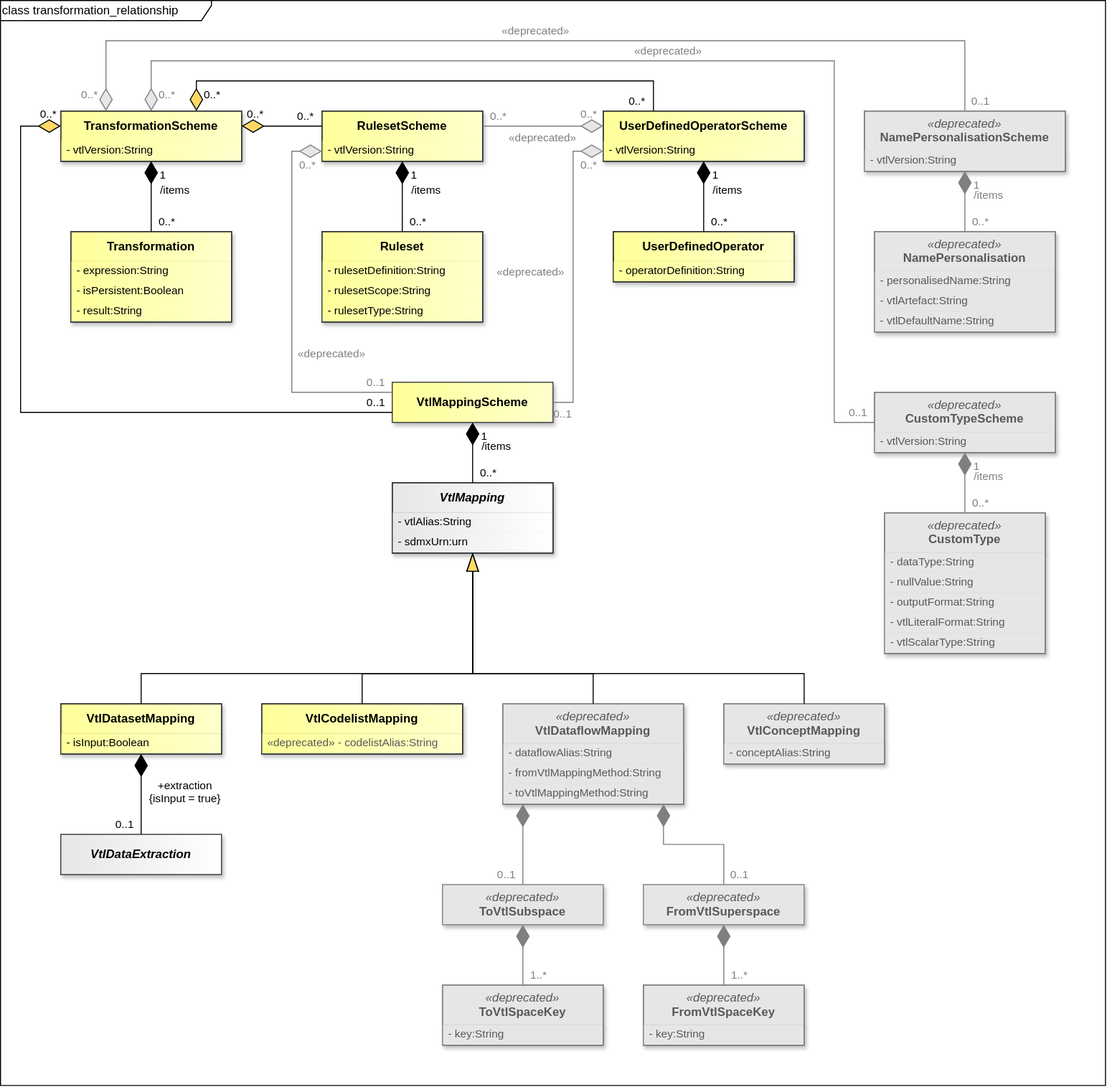
The draw.io diagram docs/information_model/media/sdmx_transformation-transformation-relationship.svg in sdmx-twg/sdmx-im, before a commit. Source tidied: cells renumbered, new cells last; positions are measured from the earlier drawing's top-left corner, leaving out a move shared by most shapes.
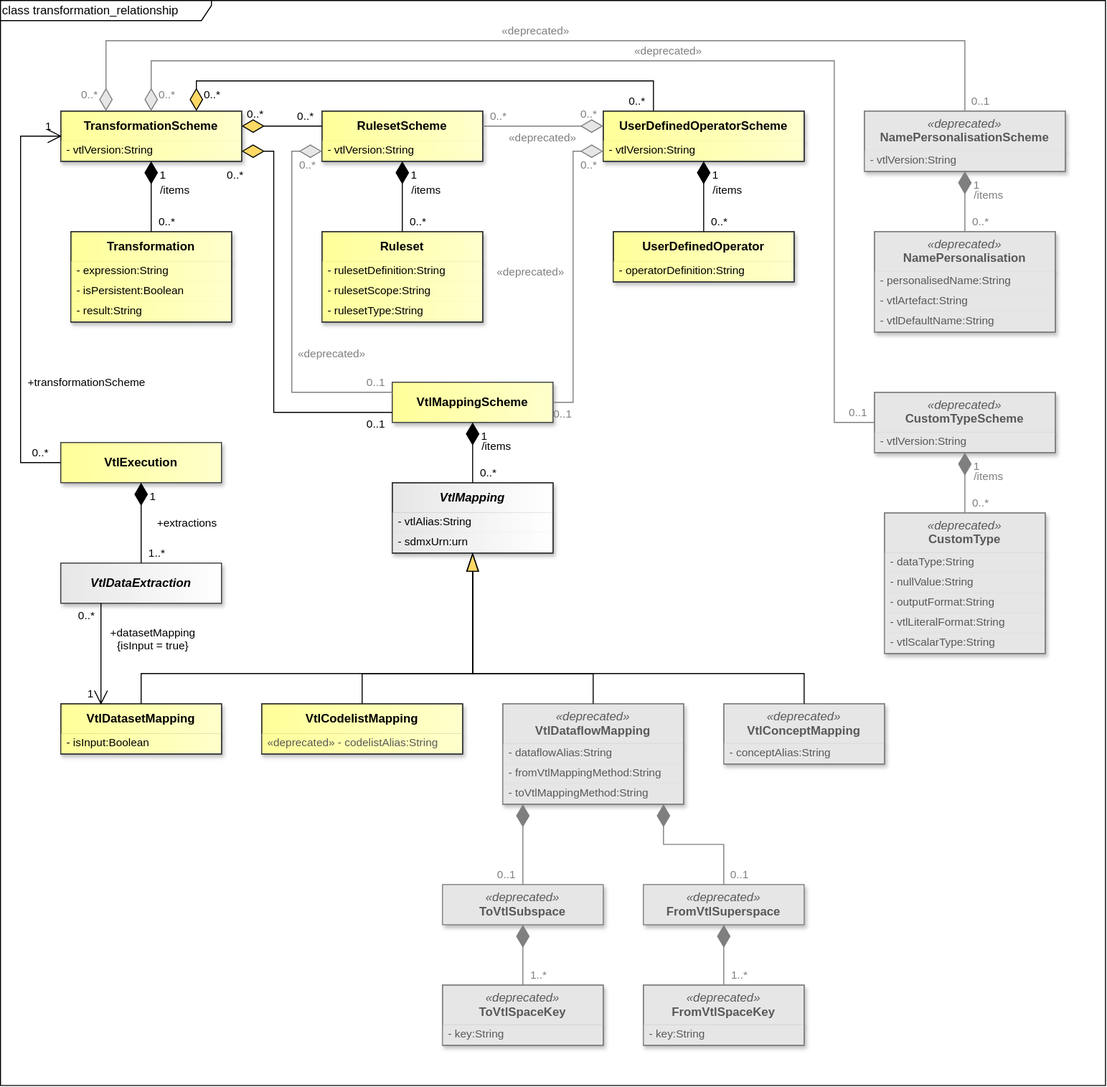
The same diagram one commit later.

What changed in the source:
```diff
@@ -182,8 +182,11 @@
     <mxCell id="61" style="rounded=0;whiteSpace=wrap;html=1;fillColor=none;strokeColor=#7F7F7F;" parent="1" vertex="1">
       <mxGeometry x="720" y="700" width="160" height="60" as="geometry" />
     </mxCell>
+    <mxCell id="139" value="VtlExecution" style="whiteSpace=wrap;html=1;verticalAlign=middle;imageVerticalAlign=top;fontStyle=1;fillColor=light-dark(#FFFF99,#FFFF99);strokeColor=#36393d;fontColor=light-dark(#000000,#000000);gradientColor=light-dark(#FFFFCC,#FFFFCC);gradientDirection=east;shadow=1;" parent="1" vertex="1">
+      <mxGeometry x="60" y="440" width="160" height="40" as="geometry" />
+    </mxCell>
     <mxCell id="62" value="VtlDataExtraction" style="whiteSpace=wrap;html=1;verticalAlign=middle;imageVerticalAlign=top;fontStyle=3;fillColor=light-dark(#E6E6E6,#E6E6E6);strokeColor=#36393d;fontColor=light-dark(#000000,#000000);gradientColor=light-dark(#FFFFFF,#FFFFFF);gradientDirection=east;shadow=1;" parent="1" vertex="1">
-      <mxGeometry x="60" y="830" width="160" height="40" as="geometry" />
+      <mxGeometry x="60" y="560" width="160" height="40" as="geometry" />
     </mxCell>
     <mxCell id="63" value="&lt;span style=&quot;font-weight: normal; font-style: italic;&quot;&gt;«deprecated»&lt;/span&gt;&lt;br&gt;ToVtlSubspace" style="whiteSpace=wrap;html=1;verticalAlign=middle;imageVerticalAlign=top;fontStyle=1;fillColor=light-dark(#E6E6E6,#E6E6E6);strokeColor=#7F7F7F;fontColor=#595959;gradientColor=none;shadow=1;" parent="1" vertex="1">
       <mxGeometry x="440" y="880" width="160" height="40" as="geometry" />
@@ -496,22 +499,22 @@
         <mxPoint x="-16" y="-10" as="offset" />
       </mxGeometry>
     </mxCell>
-    <mxCell id="129" style="endArrow=none;html=1;endSize=12;startArrow=diamondThin;startSize=20;startFill=1;rounded=0;endFill=0;strokeColor=light-dark(#000000,#FFFFFF);fontColor=light-dark(#000000,#FFFFFF);labelBackgroundColor=none;startFillColor=light-dark(#FFD966,#FFD966);exitX=0;exitY=0.3;exitDx=0;exitDy=0;entryX=0;entryY=0.75;entryDx=0;entryDy=0;" parent="1" edge="1" source="3" target="43">
+    <mxCell id="129" style="endArrow=none;html=1;endSize=12;startArrow=diamondThin;startSize=20;startFill=1;rounded=0;endFill=0;strokeColor=light-dark(#000000,#FFFFFF);fontColor=light-dark(#000000,#FFFFFF);labelBackgroundColor=none;startFillColor=light-dark(#FFD966,#FFD966);exitX=1;exitY=0.8;exitDx=0;exitDy=0;entryX=0;entryY=0.75;entryDx=0;entryDy=0;" parent="1" edge="1" source="3" target="43">
       <mxGeometry relative="1" as="geometry">
         <Array as="points">
-          <mxPoint x="20" y="125" />
-          <mxPoint x="20" y="410" />
+          <mxPoint x="272" y="150" />
+          <mxPoint x="272" y="410" />
         </Array>
       </mxGeometry>
     </mxCell>
     <mxCell id="130" value="0..*" style="edgeLabel;html=1;align=center;verticalAlign=middle;labelBackgroundColor=none;fontSize=11;fontColor=light-dark(#000000,#FFFFFF);" parent="129" vertex="1">
       <mxGeometry x="-1" relative="1" as="geometry">
-        <mxPoint x="-12" y="-12" as="offset" />
+        <mxPoint x="-6" y="24" as="offset" />
       </mxGeometry>
     </mxCell>
     <mxCell id="131" value="0..1" style="edgeLabel;html=1;align=center;verticalAlign=middle;labelBackgroundColor=none;fontSize=11;fontColor=light-dark(#000000,#FFFFFF);" parent="129" vertex="1">
       <mxGeometry x="1" relative="1" as="geometry">
-        <mxPoint x="-16" y="-10" as="offset" />
+        <mxPoint x="-16" y="12" as="offset" />
       </mxGeometry>
     </mxCell>
     <mxCell id="132" style="endArrow=blockThin;endSize=16;endFill=1;html=1;rounded=0;startFill=0;endFillColor=light-dark(#FFD966,#FFD966);strokeColor=light-dark(#000000,#FFFFFF);labelBackgroundColor=none;exitX=0.5;exitY=0;exitDx=0;exitDy=0;entryX=0.5;entryY=1;entryDx=0;entryDy=0;" parent="1" edge="1" source="48" target="44">
@@ -546,18 +549,64 @@
         </Array>
       </mxGeometry>
     </mxCell>
-    <mxCell id="136" style="endArrow=none;html=1;endSize=12;startArrow=diamondThin;startSize=20;startFill=1;rounded=0;endFill=0;strokeColor=light-dark(#000000,#FFFFFF);fontColor=light-dark(#000000,#FFFFFF);labelBackgroundColor=none;exitX=0.5;exitY=1;exitDx=0;exitDy=0;entryX=0.5;entryY=0;entryDx=0;entryDy=0;" parent="1" edge="1" source="48" target="62">
-      <mxGeometry relative="1" as="geometry" />
-    </mxCell>
-    <mxCell id="137" value="+extraction&lt;br&gt;{isInput = true}" style="edgeLabel;html=1;align=center;verticalAlign=middle;labelBackgroundColor=none;fontSize=11;fontColor=light-dark(#000000,#FFFFFF);" parent="136" vertex="1">
-      <mxGeometry relative="1" as="geometry">
-        <mxPoint x="44" y="-2" as="offset" />
-      </mxGeometry>
-    </mxCell>
-    <mxCell id="138" value="0..1" style="edgeLabel;html=1;align=center;verticalAlign=middle;labelBackgroundColor=none;fontSize=11;fontColor=light-dark(#000000,#FFFFFF);" parent="136" vertex="1">
-      <mxGeometry x="1" relative="1" as="geometry">
-        <mxPoint x="-16" y="-10" as="offset" />
-      </mxGeometry>
-    </mxCell>
+    <mxCell id="140" style="endArrow=open;html=1;endSize=12;startArrow=none;startSize=20;startFill=0;rounded=0;endFill=0;strokeColor=light-dark(#000000,#FFFFFF);fontColor=light-dark(#000000,#FFFFFF);labelBackgroundColor=none;exitX=0;exitY=0.5;exitDx=0;exitDy=0;entryX=0;entryY=0.5;entryDx=0;entryDy=0;" parent="1" edge="1" source="139" target="3">
+      <mxGeometry relative="1" as="geometry">
+        <Array as="points">
+          <mxPoint x="20" y="460" />
+          <mxPoint x="20" y="135" />
+        </Array>
+      </mxGeometry>
+    </mxCell>
+    <mxCell id="141" value="0..*" style="edgeLabel;html=1;align=center;verticalAlign=middle;labelBackgroundColor=none;fontSize=11;fontColor=light-dark(#000000,#FFFFFF);" parent="140" vertex="1">
+      <mxGeometry x="-1" relative="1" as="geometry">
+        <mxPoint x="-20" y="-10" as="offset" />
+      </mxGeometry>
+    </mxCell>
+    <mxCell id="142" value="1" style="edgeLabel;html=1;align=center;verticalAlign=middle;labelBackgroundColor=none;fontSize=11;fontColor=light-dark(#000000,#FFFFFF);" parent="140" vertex="1">
+      <mxGeometry x="1" relative="1" as="geometry">
+        <mxPoint x="-12" y="-10" as="offset" />
+      </mxGeometry>
+    </mxCell>
+    <mxCell id="143" value="+transformationScheme" style="edgeLabel;html=1;align=center;verticalAlign=middle;labelBackgroundColor=none;fontSize=11;fontColor=light-dark(#000000,#FFFFFF);" parent="140" vertex="1">
+      <mxGeometry x="-1" relative="1" as="geometry">
+        <mxPoint x="26" y="-80" as="offset" />
+      </mxGeometry>
+    </mxCell>
+    <mxCell id="144" style="endArrow=none;html=1;endSize=12;startArrow=diamondThin;startSize=20;startFill=1;rounded=0;endFill=0;strokeColor=light-dark(#000000,#FFFFFF);fontColor=light-dark(#000000,#FFFFFF);labelBackgroundColor=none;exitX=0.5;exitY=1;exitDx=0;exitDy=0;entryX=0.5;entryY=0;entryDx=0;entryDy=0;" parent="1" edge="1" source="139" target="62">
+      <mxGeometry relative="1" as="geometry" />
+    </mxCell>
+    <mxCell id="145" value="1" style="edgeLabel;html=1;align=center;verticalAlign=middle;labelBackgroundColor=none;fontSize=11;fontColor=light-dark(#000000,#FFFFFF);" parent="144" vertex="1">
+      <mxGeometry x="-1" relative="1" as="geometry">
+        <mxPoint x="12" y="14" as="offset" />
+      </mxGeometry>
+    </mxCell>
+    <mxCell id="146" value="+extractions" style="edgeLabel;html=1;align=center;verticalAlign=middle;labelBackgroundColor=none;fontSize=11;fontColor=light-dark(#000000,#FFFFFF);" parent="144" vertex="1">
+      <mxGeometry relative="1" as="geometry">
+        <mxPoint x="46" as="offset" />
+      </mxGeometry>
+    </mxCell>
+    <mxCell id="147" value="1..*" style="edgeLabel;html=1;align=center;verticalAlign=middle;labelBackgroundColor=none;fontSize=11;fontColor=light-dark(#000000,#FFFFFF);" parent="144" vertex="1">
+      <mxGeometry x="1" relative="1" as="geometry">
+        <mxPoint x="16" y="-10" as="offset" />
+      </mxGeometry>
+    </mxCell>
+    <mxCell id="148" style="endArrow=open;html=1;endSize=12;startArrow=none;startSize=20;startFill=0;rounded=0;endFill=0;strokeColor=light-dark(#000000,#FFFFFF);fontColor=light-dark(#000000,#FFFFFF);labelBackgroundColor=none;exitX=0.25;exitY=1;exitDx=0;exitDy=0;entryX=0.25;entryY=0;entryDx=0;entryDy=0;" parent="1" edge="1" source="62" target="48">
+      <mxGeometry relative="1" as="geometry" />
+    </mxCell>
+    <mxCell id="149" value="+datasetMapping&lt;br&gt;{isInput = true}" style="edgeLabel;html=1;align=center;verticalAlign=middle;labelBackgroundColor=none;fontSize=11;fontColor=light-dark(#000000,#FFFFFF);" parent="148" vertex="1">
+      <mxGeometry relative="1" as="geometry">
+        <mxPoint x="52" y="-14" as="offset" />
+      </mxGeometry>
+    </mxCell>
+    <mxCell id="150" value="0..*" style="edgeLabel;html=1;align=center;verticalAlign=middle;labelBackgroundColor=none;fontSize=11;fontColor=light-dark(#000000,#FFFFFF);" parent="148" vertex="1">
+      <mxGeometry x="-1" relative="1" as="geometry">
+        <mxPoint x="-14" y="12" as="offset" />
+      </mxGeometry>
+    </mxCell>
+    <mxCell id="151" value="1" style="edgeLabel;html=1;align=center;verticalAlign=middle;labelBackgroundColor=none;fontSize=11;fontColor=light-dark(#000000,#FFFFFF);" parent="148" vertex="1">
+      <mxGeometry x="1" relative="1" as="geometry">
+        <mxPoint x="-10" y="-10" as="offset" />
+      </mxGeometry>
+    </mxCell>
   </root>
 </mxGraphModel>
```
